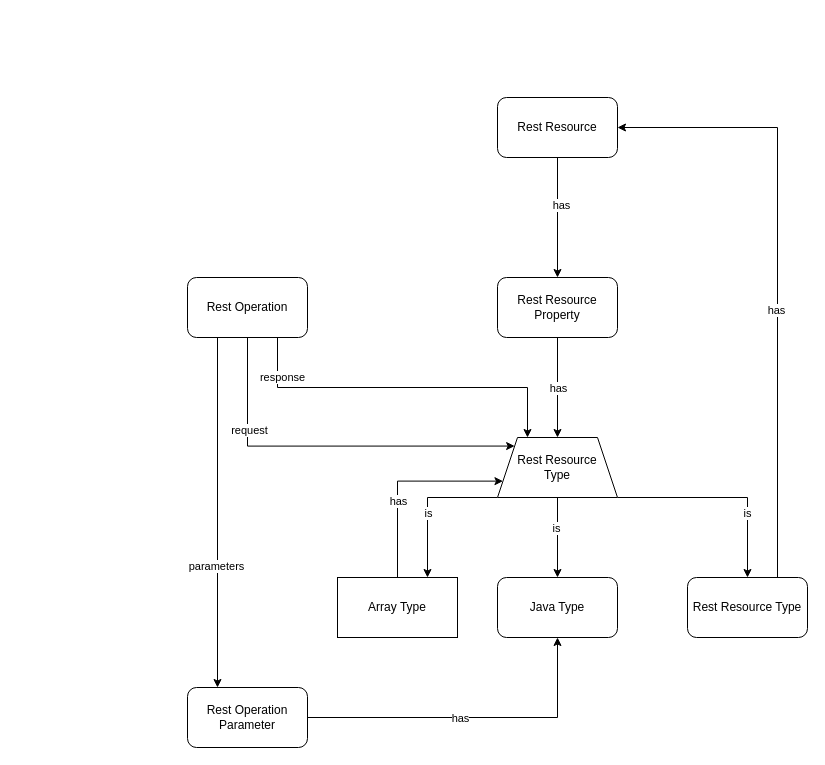
This is ConceptDiagram.drawio from LoCoRepo/openapi-mps, a draw.io file, before an edit. Source tidied: cells renumbered, new cells numbered last; positions are measured from the earlier drawing's top-left corner, leaving out a move shared by most shapes. Both pictures are drawn from the tidied source at 100%, with x=0, y=0 at pixel (187, 97).
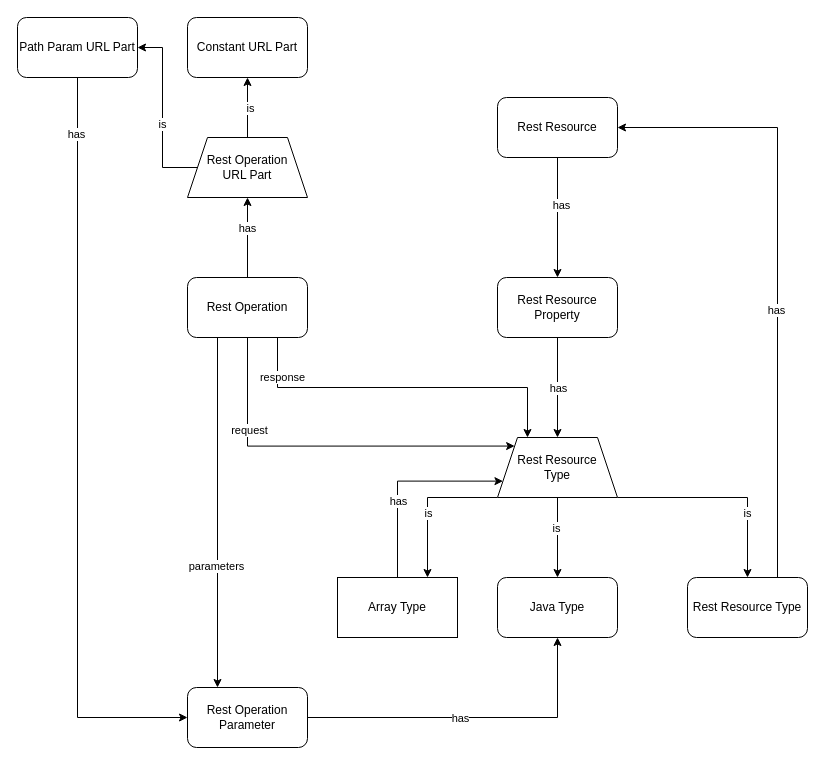
After the change.

Commit message (it also covers changes not shown here):
:construction: finishing up rest operations

Unchanged cells that the change refers to:
```xml
<mxCell id="28" value="Rest Operation" style="rounded=1;whiteSpace=wrap;html=1;" parent="1" vertex="1">
  <mxGeometry y="180" width="120" height="60" as="geometry" />
</mxCell>
<mxCell id="31" value="Rest Operation Parameter" style="rounded=1;whiteSpace=wrap;html=1;" parent="1" vertex="1">
  <mxGeometry y="590" width="120" height="60" as="geometry" />
</mxCell>
```

Change to the diagram source:
```diff
@@
+    <mxCell id="32" style="edgeStyle=orthogonalEdgeStyle;rounded=0;jettySize=auto;html=1;exitX=0.5;exitY=0;exitDx=0;exitDy=0;entryX=0.5;entryY=1;entryDx=0;entryDy=0;" parent="1" edge="1" source="28" target="41">
+      <mxGeometry relative="1" as="geometry" />
+    </mxCell>
+    <mxCell id="33" value="has" style="edgeLabel;html=1;align=center;verticalAlign=middle;" parent="32" vertex="1">
+      <mxGeometry x="0.25" y="2" relative="1" as="geometry">
+        <mxPoint x="1" as="offset" />
+      </mxGeometry>
+    </mxCell>
@@
+    <mxCell id="34" style="edgeStyle=orthogonalEdgeStyle;rounded=0;jettySize=auto;html=1;exitX=0.5;exitY=1;exitDx=0;exitDy=0;entryX=0;entryY=0.5;entryDx=0;entryDy=0;" parent="1" edge="1" source="36" target="31">
+      <mxGeometry relative="1" as="geometry" />
+    </mxCell>
+    <mxCell id="35" value="has" style="edgeLabel;html=1;align=center;verticalAlign=middle;" parent="34" vertex="1">
+      <mxGeometry x="-0.85" y="-2" relative="1" as="geometry" />
+    </mxCell>
+    <mxCell id="36" value="Path Param URL Part" style="rounded=1;whiteSpace=wrap;html=1;" parent="1" vertex="1">
+      <mxGeometry x="-170" y="-80" width="120" height="60" as="geometry" />
+    </mxCell>
+    <mxCell id="37" style="edgeStyle=orthogonalEdgeStyle;rounded=0;jettySize=auto;html=1;exitX=0.5;exitY=0;exitDx=0;exitDy=0;" parent="1" edge="1" source="41" target="42">
+      <mxGeometry relative="1" as="geometry">
+        <Array as="points">
+          <mxPoint x="60" y="10" />
+          <mxPoint x="60" y="10" />
+        </Array>
+      </mxGeometry>
+    </mxCell>
+    <mxCell id="38" value="is" style="edgeLabel;html=1;align=center;verticalAlign=middle;" parent="37" vertex="1">
+      <mxGeometry y="-1" relative="1" as="geometry">
+        <mxPoint x="1" as="offset" />
+      </mxGeometry>
+    </mxCell>
+    <mxCell id="39" style="edgeStyle=orthogonalEdgeStyle;rounded=0;jettySize=auto;html=1;exitX=0;exitY=0.5;exitDx=0;exitDy=0;entryX=1;entryY=0.5;entryDx=0;entryDy=0;" parent="1" edge="1" source="41" target="36">
+      <mxGeometry relative="1" as="geometry" />
+    </mxCell>
+    <mxCell id="40" value="is" style="edgeLabel;html=1;align=center;verticalAlign=middle;" parent="39" vertex="1">
+      <mxGeometry x="-0.12" y="2" relative="1" as="geometry">
+        <mxPoint x="1" as="offset" />
+      </mxGeometry>
+    </mxCell>
+    <mxCell id="41" value="&lt;span&gt;Rest Operation&lt;br&gt;URL Part&lt;/span&gt;" style="shape=trapezoid;perimeter=trapezoidPerimeter;whiteSpace=wrap;html=1;fixedSize=1;" parent="1" vertex="1">
+      <mxGeometry y="40" width="120" height="60" as="geometry" />
+    </mxCell>
+    <mxCell id="42" value="Constant URL Part" style="rounded=1;whiteSpace=wrap;html=1;" parent="1" vertex="1">
+      <mxGeometry y="-80" width="120" height="60" as="geometry" />
+    </mxCell>
```
